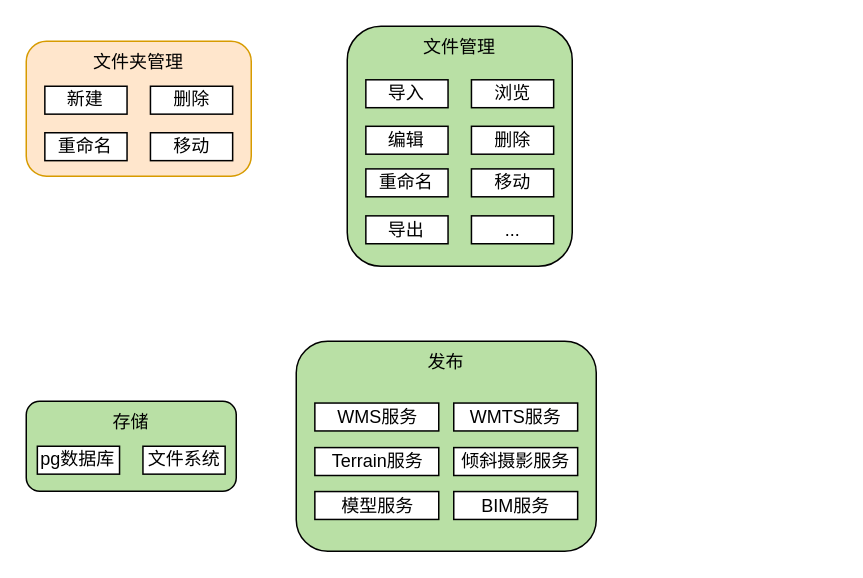
CoderDream/java-architect-util keeps this draw.io diagram as doc/安吉数字化.drawio. Above is the earlier version. Source tidied: cells renumbered, new cells numbered last; positions are measured from the earlier drawing's top-left corner, leaving out a move shared by most shapes. Both pictures are drawn from the tidied source at 150%, with x=0, y=0 at pixel (26, 26).
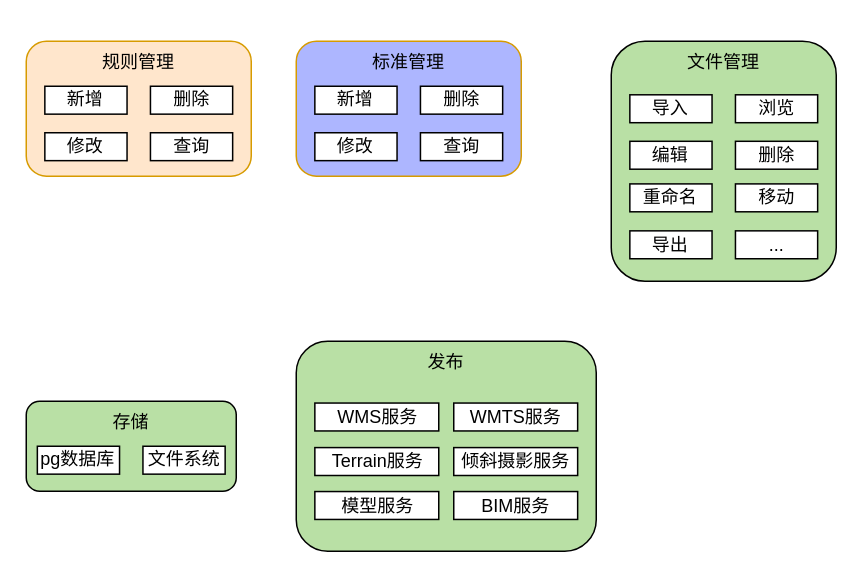
Above is the later version.

Commit message (it also covers changes not shown here):
更新安吉数字化.drawio

The change refers to these unchanged cells:
```xml
<mxCell id="2" style="group;" parent="1" vertex="1">
  <mxGeometry y="10" width="150" height="90" as="geometry" />
</mxCell>
```

What changed in the source:
```diff
@@
-    <mxCell id="3" value="文件夹管理" style="rounded=1;whiteSpace=wrap;html=1;fillColor=#ffe6cc;strokeColor=#d79b00;verticalAlign=top;" parent="2" vertex="1">
+    <mxCell id="3" value="规则管理" style="rounded=1;whiteSpace=wrap;html=1;fillColor=#ffe6cc;strokeColor=#d79b00;verticalAlign=top;" parent="2" vertex="1">
       <mxGeometry width="150" height="90" as="geometry" />
     </mxCell>
-    <mxCell id="4" value="重命名" style="rounded=0;whiteSpace=wrap;html=1;" parent="2" vertex="1">
+    <mxCell id="4" value="修改" style="rounded=0;whiteSpace=wrap;html=1;" parent="2" vertex="1">
       <mxGeometry x="12.4" y="61" width="54.8" height="18.6" as="geometry" />
     </mxCell>
-    <mxCell id="5" value="移动" style="rounded=0;whiteSpace=wrap;html=1;" parent="2" vertex="1">
+    <mxCell id="5" value="查询" style="rounded=0;whiteSpace=wrap;html=1;" parent="2" vertex="1">
       <mxGeometry x="82.8" y="61" width="54.8" height="18.6" as="geometry" />
     </mxCell>
-    <mxCell id="6" value="新建" style="rounded=0;whiteSpace=wrap;html=1;" parent="2" vertex="1">
+    <mxCell id="6" value="新增" style="rounded=0;whiteSpace=wrap;html=1;" parent="2" vertex="1">
       <mxGeometry x="12.4" y="30" width="54.8" height="18.6" as="geometry" />
     </mxCell>
@@
     <mxCell id="8" style="group;" parent="1" vertex="1">
-      <mxGeometry x="214" width="150" height="160" as="geometry" />
+      <mxGeometry x="390" y="10" width="150" height="160" as="geometry" />
     </mxCell>
@@
+    <mxCell id="30" style="group;fillColor=default;fillStyle=hatch;" parent="1" vertex="1">
+      <mxGeometry x="180" y="10" width="150" height="90" as="geometry" />
+    </mxCell>
+    <mxCell id="31" value="标准管理" style="rounded=1;whiteSpace=wrap;html=1;fillColor=#ADB6FF;strokeColor=#d79b00;verticalAlign=top;" parent="30" vertex="1">
+      <mxGeometry width="150" height="90" as="geometry" />
+    </mxCell>
+    <mxCell id="32" value="修改" style="rounded=0;whiteSpace=wrap;html=1;" parent="30" vertex="1">
+      <mxGeometry x="12.4" y="61" width="54.8" height="18.6" as="geometry" />
+    </mxCell>
+    <mxCell id="33" value="查询" style="rounded=0;whiteSpace=wrap;html=1;" parent="30" vertex="1">
+      <mxGeometry x="82.8" y="61" width="54.8" height="18.6" as="geometry" />
+    </mxCell>
+    <mxCell id="34" value="新增" style="rounded=0;whiteSpace=wrap;html=1;" parent="30" vertex="1">
+      <mxGeometry x="12.4" y="30" width="54.8" height="18.6" as="geometry" />
+    </mxCell>
+    <mxCell id="35" value="删除" style="rounded=0;whiteSpace=wrap;html=1;" parent="30" vertex="1">
+      <mxGeometry x="82.8" y="30" width="54.8" height="18.6" as="geometry" />
+    </mxCell>
```
